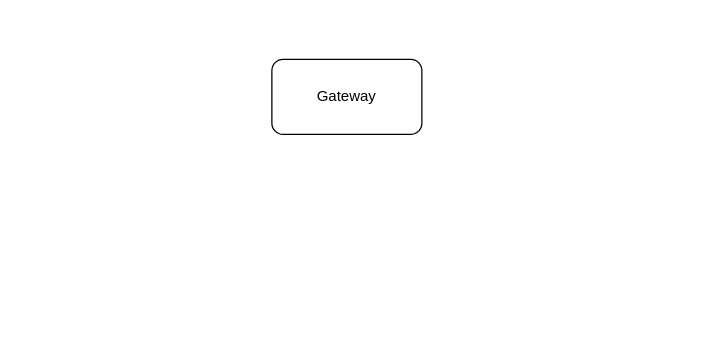
This is demo-app.drawio from gtrofimov/draw-io-projects, a draw.io file, before an edit. Source tidied: cells renumbered, new cells numbered last; positions are measured from the earlier drawing's top-left corner, leaving out a move shared by most shapes. Both pictures are drawn from the tidied source at 125%, with x=0, y=0 at pixel (271, 59).
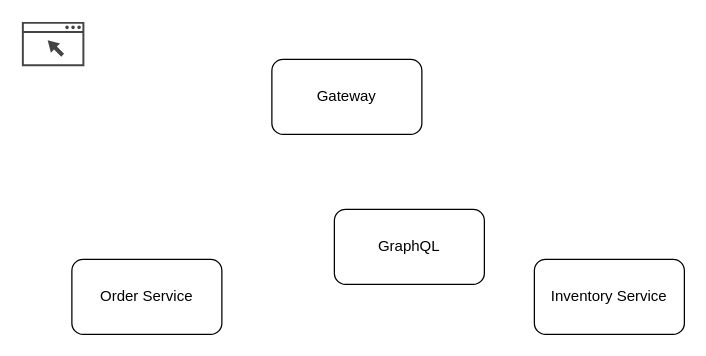
After the change.

What changed in the source:
```diff
@@
 <mxGraphModel>
   <root>
     <mxCell id="0" />
     <mxCell id="1" parent="0" />
     <mxCell id="2" value="Gateway" style="rounded=1;whiteSpace=wrap;html=1;" parent="1" vertex="1">
       <mxGeometry width="120" height="60" as="geometry" />
     </mxCell>
+    <mxCell id="3" value="Order Service" style="rounded=1;whiteSpace=wrap;html=1;" parent="1" vertex="1">
+      <mxGeometry x="-160" y="160" width="120" height="60" as="geometry" />
+    </mxCell>
+    <mxCell id="4" value="Inventory Service" style="rounded=1;whiteSpace=wrap;html=1;" parent="1" vertex="1">
+      <mxGeometry x="210" y="160" width="120" height="60" as="geometry" />
+    </mxCell>
+    <mxCell id="5" value="GraphQL" style="rounded=1;whiteSpace=wrap;html=1;" parent="1" vertex="1">
+      <mxGeometry x="50" y="120" width="120" height="60" as="geometry" />
+    </mxCell>
+    <mxCell id="6" style="sketch=0;shadow=0;dashed=0;html=1;strokeColor=none;fillColor=#434445;labelPosition=center;verticalLabelPosition=bottom;verticalAlign=top;align=center;shape=mxgraph.vvd.web_browser;" parent="1" vertex="1">
+      <mxGeometry x="-200" y="-30" width="50" height="35.5" as="geometry" />
+    </mxCell>
   </root>
 </mxGraphModel>
```
